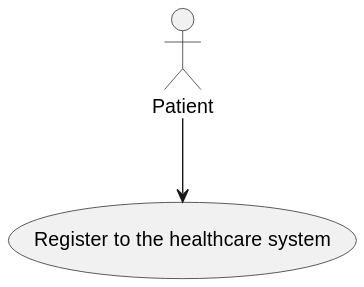
Earlier version of the PlantUML export TodoApi/docs/SprintA/1220916/UC21/views/case-diagram.svg (Pireza/sem5pi-24-25-3da). Source of this version:
```plantuml
@startuml
"Patient" as Admin
Admin --> (Register to the healthcare system)
@enduml
```
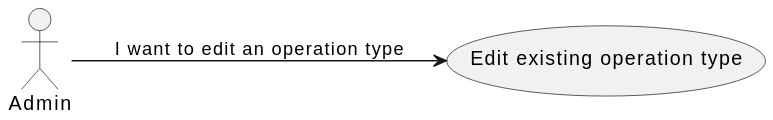
Above is the later version.

Diff of the diagram source:
```diff
@@ -1,4 +1,11 @@
 @startuml
-"Patient" as Admin
-Admin --> (Register to the healthcare system)
+left to right direction
+skinparam packageStyle rectangle
+
+actor "Admin" as u
+
+usecase "Edit existing operation type" as UC1
+
+
+u --> UC1 : "I want to edit an operation type"
 @enduml
```
